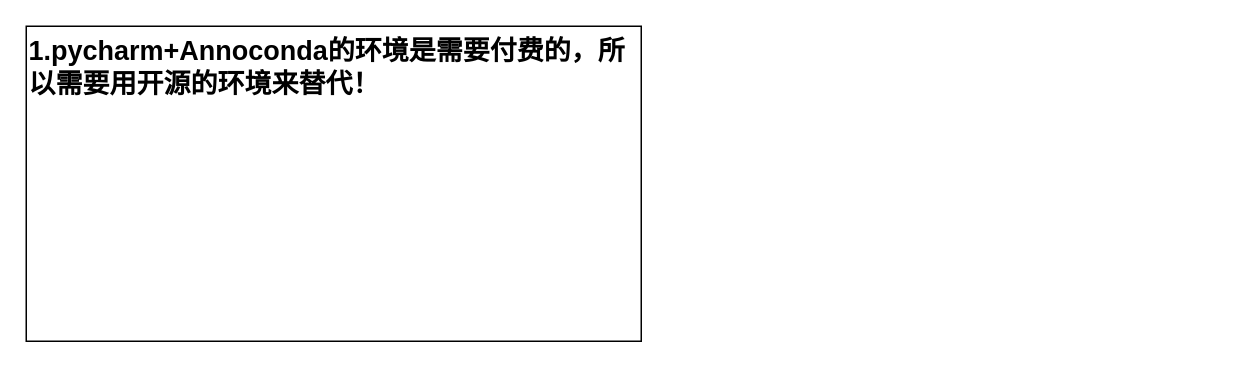
KGwolf/MyDraw keeps this draw.io diagram as AI/Python.drawio. Above is the earlier version. Source tidied: cells renumbered, new cells numbered last; positions are measured from the earlier drawing's top-left corner, leaving out a move shared by most shapes. Both pictures are drawn from the tidied source at 150%, with x=0, y=0 at pixel (26, 26).
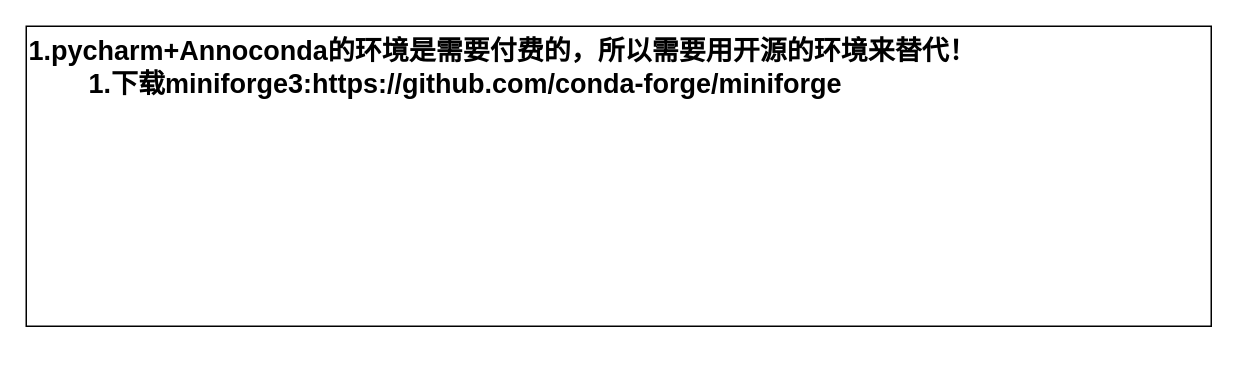
The same page after the edit.

Diff of the diagram source:
```diff
@@
 <mxGraphModel>
   <root>
     <mxCell id="0" />
     <mxCell id="1" parent="0" />
-    <mxCell id="2" value="1.pycharm+Annoconda的环境是需要付费的，所以需要用开源的环境来替代！&lt;div&gt;&lt;span style=&quot;white-space: pre;&quot;&gt;&#9;&lt;/span&gt;&lt;br&gt;&lt;/div&gt;" style="rounded=0;whiteSpace=wrap;html=1;fontSize=18;fontStyle=1;align=left;verticalAlign=top;" parent="1" vertex="1">
-      <mxGeometry width="410" height="210" as="geometry" />
+    <mxCell id="2" value="1.pycharm+Annoconda的环境是需要付费的，所以需要用开源的环境来替代！&lt;div&gt;&lt;span style=&quot;white-space: pre;&quot;&gt;&#9;&lt;/span&gt;1.下载&lt;span style=&quot;background-color: transparent; color: light-dark(rgb(0, 0, 0), rgb(255, 255, 255));&quot;&gt;miniforge3:&lt;/span&gt;&lt;span style=&quot;background-color: transparent; color: light-dark(rgb(0, 0, 0), rgb(255, 255, 255));&quot;&gt;https://github.com/conda-forge/miniforge&lt;/span&gt;&lt;/div&gt;" style="rounded=0;whiteSpace=wrap;html=1;fontSize=18;fontStyle=1;align=left;verticalAlign=top;" parent="1" vertex="1">
+      <mxGeometry width="790" height="200" as="geometry" />
     </mxCell>
   </root>
 </mxGraphModel>
```
